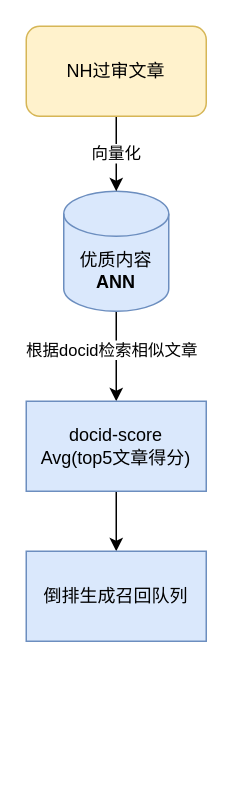
Earlier version of the draw.io diagram 优质内容池.drawio (yuanjie-ai/000drawio). Source tidied: cells renumbered, new cells numbered last; positions are measured from the earlier drawing's top-left corner, leaving out a move shared by most shapes. Both pictures are drawn from the tidied source at 150%, with x=0, y=0 at pixel (26, 26).
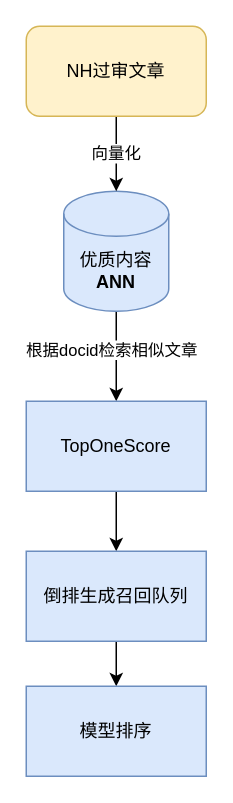
Above is the later version.

Commit message:
Update 优质内容池.drawio

Change to the diagram source:
```diff
@@
 <mxGraphModel>
   <root>
     <mxCell id="0" />
     <mxCell id="1" parent="0" />
     <mxCell id="2" style="edgeStyle=orthogonalEdgeStyle;rounded=0;jettySize=auto;html=1;" parent="1" edge="1" source="4" target="8">
       <mxGeometry relative="1" as="geometry" />
     </mxCell>
     <mxCell id="3" value="根据docid检索相似文章" style="edgeLabel;html=1;align=center;verticalAlign=middle;" parent="2" vertex="1">
       <mxGeometry x="-0.17" y="-4" relative="1" as="geometry" />
     </mxCell>
     <mxCell id="4" value="优质内容&lt;b&gt;ANN&lt;/b&gt;" style="shape=cylinder3;whiteSpace=wrap;html=1;boundedLbl=1;backgroundOutline=1;size=15;fillColor=#dae8fc;strokeColor=#6c8ebf;" parent="1" vertex="1">
       <mxGeometry x="25" y="110" width="70" height="80" as="geometry" />
     </mxCell>
     <mxCell id="5" value="向量化" style="edgeStyle=orthogonalEdgeStyle;rounded=0;jettySize=auto;html=1;exitX=0.5;exitY=1;exitDx=0;exitDy=0;entryX=0.5;entryY=0;entryDx=0;entryDy=0;entryPerimeter=0;" parent="1" edge="1" source="6" target="4">
       <mxGeometry relative="1" as="geometry" />
     </mxCell>
     <mxCell id="6" value="NH过审文章" style="rounded=1;whiteSpace=wrap;html=1;fillColor=#fff2cc;strokeColor=#d6b656;" parent="1" vertex="1">
       <mxGeometry width="120" height="60" as="geometry" />
     </mxCell>
     <mxCell id="7" style="edgeStyle=orthogonalEdgeStyle;rounded=0;jettySize=auto;html=1;" parent="1" edge="1" source="8" target="9">
       <mxGeometry relative="1" as="geometry" />
     </mxCell>
-    <mxCell id="8" value="docid-score &lt;br&gt;Avg(top5文章得分)" style="whiteSpace=wrap;html=1;strokeColor=#6c8ebf;fillColor=#dae8fc;" parent="1" vertex="1">
+    <mxCell id="8" value="TopOneScore" style="whiteSpace=wrap;html=1;strokeColor=#6c8ebf;fillColor=#dae8fc;" parent="1" vertex="1">
       <mxGeometry y="250" width="120" height="60" as="geometry" />
     </mxCell>
+    <mxCell id="10" style="edgeStyle=orthogonalEdgeStyle;rounded=0;jettySize=auto;html=1;" parent="1" edge="1" source="9" target="11">
+      <mxGeometry relative="1" as="geometry" />
+    </mxCell>
     <mxCell id="9" value="倒排生成召回队列" style="whiteSpace=wrap;html=1;strokeColor=#6c8ebf;fillColor=#dae8fc;" parent="1" vertex="1">
       <mxGeometry y="350" width="120" height="60" as="geometry" />
     </mxCell>
+    <mxCell id="11" value="模型排序" style="whiteSpace=wrap;html=1;strokeColor=#6c8ebf;fillColor=#dae8fc;" parent="1" vertex="1">
+      <mxGeometry y="440" width="120" height="60" as="geometry" />
+    </mxCell>
   </root>
 </mxGraphModel>
```
